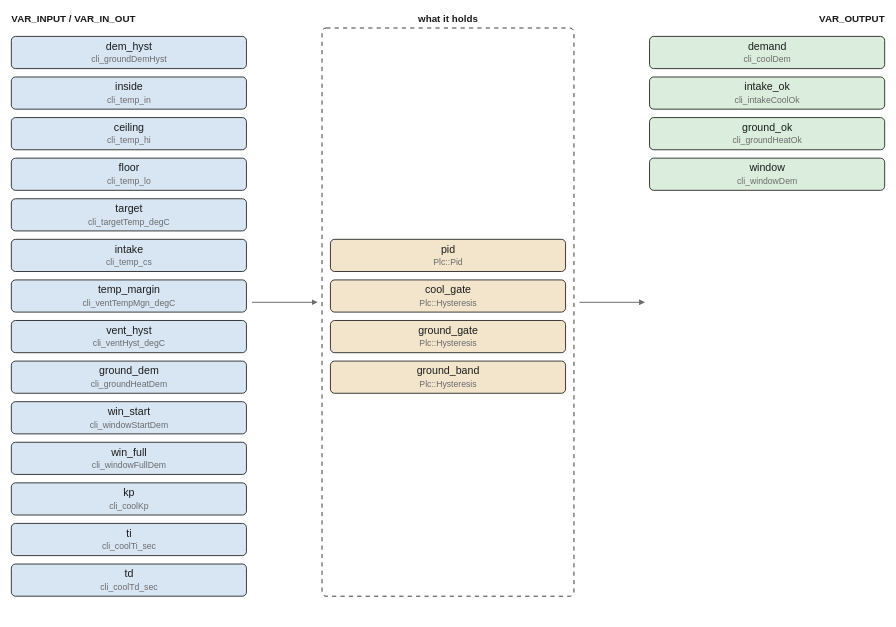
Before: images/logic/cooling.drawio.svg, a diagram exported from draw.io (pstch/botanik2). Source tidied: cells renumbered, new cells last; positions are measured from the earlier drawing's top-left corner, leaving out a move shared by most shapes. Source of this version:
```xml
<mxGraphModel>
  <root>
    <mxCell id="0" />
    <mxCell id="1" parent="0" />
    <mxCell id="2" value="VAR_INPUT / VAR_IN_OUT" style="text;html=1;fontSize=7;fontColor=#1a1a1a;align=left;fontStyle=1;" parent="1" vertex="1">
      <mxGeometry width="110" height="11" as="geometry" />
    </mxCell>
    <mxCell id="3" value="what it holds" style="text;html=1;fontSize=7;fontColor=#1a1a1a;align=center;fontStyle=1;" parent="1" vertex="1">
      <mxGeometry x="312" width="65" height="11" as="geometry" />
    </mxCell>
    <mxCell id="4" value="VAR_OUTPUT" style="text;html=1;fontSize=7;fontColor=#1a1a1a;align=left;fontStyle=1;" parent="1" vertex="1">
      <mxGeometry x="624" width="50" height="11" as="geometry" />
    </mxCell>
    <mxCell id="5" value="dem_hyst" style="rounded=1;fillColor=#d8e6f3;strokeColor=#1a1a1a;whiteSpace=wrap;html=1;fontSize=8;" parent="1" vertex="1">
      <mxGeometry y="17" width="168" height="23" as="geometry" />
    </mxCell>
    <mxCell id="6" value="inside" style="rounded=1;fillColor=#d8e6f3;strokeColor=#1a1a1a;whiteSpace=wrap;html=1;fontSize=8;" parent="1" vertex="1">
      <mxGeometry y="46" width="168" height="23" as="geometry" />
    </mxCell>
    <mxCell id="7" value="ceiling" style="rounded=1;fillColor=#d8e6f3;strokeColor=#1a1a1a;whiteSpace=wrap;html=1;fontSize=8;" parent="1" vertex="1">
      <mxGeometry y="75" width="168" height="23" as="geometry" />
    </mxCell>
    <mxCell id="8" value="floor" style="rounded=1;fillColor=#d8e6f3;strokeColor=#1a1a1a;whiteSpace=wrap;html=1;fontSize=8;" parent="1" vertex="1">
      <mxGeometry y="104" width="168" height="23" as="geometry" />
    </mxCell>
    <mxCell id="9" value="target" style="rounded=1;fillColor=#d8e6f3;strokeColor=#1a1a1a;whiteSpace=wrap;html=1;fontSize=8;" parent="1" vertex="1">
      <mxGeometry y="133" width="168" height="23" as="geometry" />
    </mxCell>
    <mxCell id="10" value="intake" style="rounded=1;fillColor=#d8e6f3;strokeColor=#1a1a1a;whiteSpace=wrap;html=1;fontSize=8;" parent="1" vertex="1">
      <mxGeometry y="162" width="168" height="23" as="geometry" />
    </mxCell>
    <mxCell id="11" value="temp_margin" style="rounded=1;fillColor=#d8e6f3;strokeColor=#1a1a1a;whiteSpace=wrap;html=1;fontSize=8;" parent="1" vertex="1">
      <mxGeometry y="191" width="168" height="23" as="geometry" />
    </mxCell>
    <mxCell id="12" value="vent_hyst" style="rounded=1;fillColor=#d8e6f3;strokeColor=#1a1a1a;whiteSpace=wrap;html=1;fontSize=8;" parent="1" vertex="1">
      <mxGeometry y="220" width="168" height="23" as="geometry" />
    </mxCell>
    <mxCell id="13" value="ground_dem" style="rounded=1;fillColor=#d8e6f3;strokeColor=#1a1a1a;whiteSpace=wrap;html=1;fontSize=8;" parent="1" vertex="1">
      <mxGeometry y="249" width="168" height="23" as="geometry" />
    </mxCell>
    <mxCell id="14" value="win_start" style="rounded=1;fillColor=#d8e6f3;strokeColor=#1a1a1a;whiteSpace=wrap;html=1;fontSize=8;" parent="1" vertex="1">
      <mxGeometry y="278" width="168" height="23" as="geometry" />
    </mxCell>
    <mxCell id="15" value="win_full" style="rounded=1;fillColor=#d8e6f3;strokeColor=#1a1a1a;whiteSpace=wrap;html=1;fontSize=8;" parent="1" vertex="1">
      <mxGeometry y="307" width="168" height="23" as="geometry" />
    </mxCell>
    <mxCell id="16" value="kp" style="rounded=1;fillColor=#d8e6f3;strokeColor=#1a1a1a;whiteSpace=wrap;html=1;fontSize=8;" parent="1" vertex="1">
      <mxGeometry y="336" width="168" height="23" as="geometry" />
    </mxCell>
    <mxCell id="17" value="ti" style="rounded=1;fillColor=#d8e6f3;strokeColor=#1a1a1a;whiteSpace=wrap;html=1;fontSize=8;" parent="1" vertex="1">
      <mxGeometry y="365" width="168" height="23" as="geometry" />
    </mxCell>
    <mxCell id="18" value="td" style="rounded=1;fillColor=#d8e6f3;strokeColor=#1a1a1a;whiteSpace=wrap;html=1;fontSize=8;" parent="1" vertex="1">
      <mxGeometry y="394" width="168" height="23" as="geometry" />
    </mxCell>
    <mxCell id="19" value="demand" style="rounded=1;fillColor=#dbeedd;strokeColor=#1a1a1a;whiteSpace=wrap;html=1;fontSize=8;" parent="1" vertex="1">
      <mxGeometry x="456" y="17" width="168" height="23" as="geometry" />
    </mxCell>
    <mxCell id="20" value="intake_ok" style="rounded=1;fillColor=#dbeedd;strokeColor=#1a1a1a;whiteSpace=wrap;html=1;fontSize=8;" parent="1" vertex="1">
      <mxGeometry x="456" y="46" width="168" height="23" as="geometry" />
    </mxCell>
    <mxCell id="21" value="ground_ok" style="rounded=1;fillColor=#dbeedd;strokeColor=#1a1a1a;whiteSpace=wrap;html=1;fontSize=8;" parent="1" vertex="1">
      <mxGeometry x="456" y="75" width="168" height="23" as="geometry" />
    </mxCell>
    <mxCell id="22" value="window" style="rounded=1;fillColor=#dbeedd;strokeColor=#1a1a1a;whiteSpace=wrap;html=1;fontSize=8;" parent="1" vertex="1">
      <mxGeometry x="456" y="104" width="168" height="23" as="geometry" />
    </mxCell>
    <mxCell id="23" style="rounded=1;fillColor=#ffffff;strokeColor=#1a1a1a;whiteSpace=wrap;html=1;fontSize=8;dashed=1;" parent="1" vertex="1">
      <mxGeometry x="222" y="11" width="180" height="406" as="geometry" />
    </mxCell>
    <mxCell id="24" value="pid" style="rounded=1;fillColor=#f2e5cc;strokeColor=#1a1a1a;whiteSpace=wrap;html=1;fontSize=8;" parent="1" vertex="1">
      <mxGeometry x="228" y="162" width="168" height="23" as="geometry" />
    </mxCell>
    <mxCell id="25" value="cool_gate" style="rounded=1;fillColor=#f2e5cc;strokeColor=#1a1a1a;whiteSpace=wrap;html=1;fontSize=8;" parent="1" vertex="1">
      <mxGeometry x="228" y="191" width="168" height="23" as="geometry" />
    </mxCell>
    <mxCell id="26" value="ground_gate" style="rounded=1;fillColor=#f2e5cc;strokeColor=#1a1a1a;whiteSpace=wrap;html=1;fontSize=8;" parent="1" vertex="1">
      <mxGeometry x="228" y="220" width="168" height="23" as="geometry" />
    </mxCell>
    <mxCell id="27" value="ground_band" style="rounded=1;fillColor=#f2e5cc;strokeColor=#1a1a1a;whiteSpace=wrap;html=1;fontSize=8;" parent="1" vertex="1">
      <mxGeometry x="228" y="249" width="168" height="23" as="geometry" />
    </mxCell>
    <mxCell id="28" style="edgeStyle=none;html=1;strokeColor=#6b6b6b;endArrow=block;" parent="1" edge="1">
      <mxGeometry relative="1" as="geometry">
        <mxPoint x="172" y="207" as="sourcePoint" />
        <mxPoint x="218" y="207" as="targetPoint" />
      </mxGeometry>
    </mxCell>
    <mxCell id="29" style="edgeStyle=none;html=1;strokeColor=#6b6b6b;endArrow=block;" parent="1" edge="1">
      <mxGeometry relative="1" as="geometry">
        <mxPoint x="406" y="207" as="sourcePoint" />
        <mxPoint x="452" y="207" as="targetPoint" />
      </mxGeometry>
    </mxCell>
  </root>
</mxGraphModel>
```
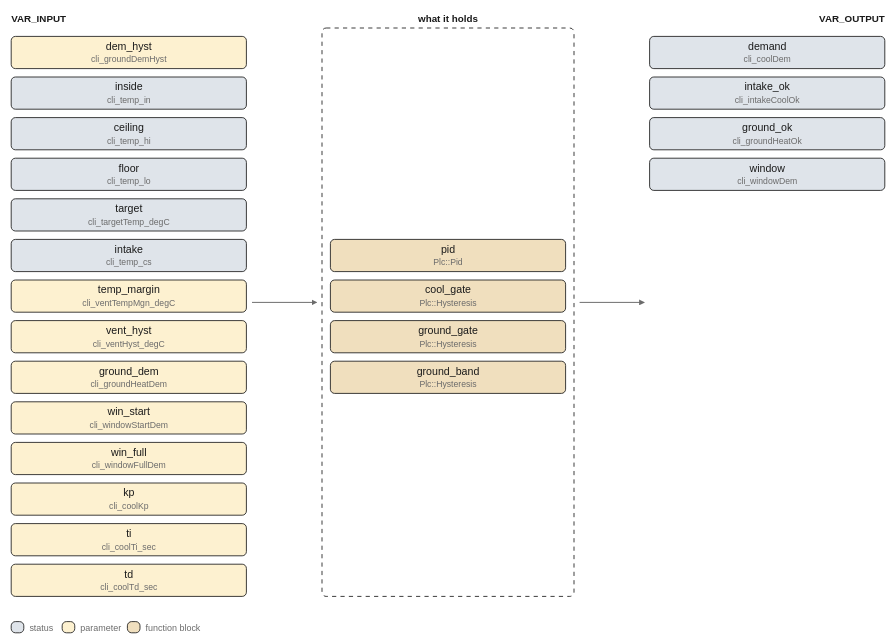
Above is the later version.

The edit, as a diff of the source:
```diff
@@ -2,8 +2,8 @@
   <root>
     <mxCell id="0" />
     <mxCell id="1" parent="0" />
-    <mxCell id="2" value="VAR_INPUT / VAR_IN_OUT" style="text;html=1;fontSize=7;fontColor=#1a1a1a;align=left;fontStyle=1;" parent="1" vertex="1">
-      <mxGeometry width="110" height="11" as="geometry" />
+    <mxCell id="2" value="VAR_INPUT" style="text;html=1;fontSize=7;fontColor=#1a1a1a;align=left;fontStyle=1;" parent="1" vertex="1">
+      <mxGeometry width="45" height="11" as="geometry" />
     </mxCell>
     <mxCell id="3" value="what it holds" style="text;html=1;fontSize=7;fontColor=#1a1a1a;align=center;fontStyle=1;" parent="1" vertex="1">
       <mxGeometry x="312" width="65" height="11" as="geometry" />
@@ -11,73 +11,73 @@
     <mxCell id="4" value="VAR_OUTPUT" style="text;html=1;fontSize=7;fontColor=#1a1a1a;align=left;fontStyle=1;" parent="1" vertex="1">
       <mxGeometry x="624" width="50" height="11" as="geometry" />
     </mxCell>
-    <mxCell id="5" value="dem_hyst" style="rounded=1;fillColor=#d8e6f3;strokeColor=#1a1a1a;whiteSpace=wrap;html=1;fontSize=8;" parent="1" vertex="1">
+    <mxCell id="5" value="dem_hyst" style="rounded=1;fillColor=#fdf1d0;strokeColor=#1a1a1a;whiteSpace=wrap;html=1;fontSize=8;" parent="1" vertex="1">
       <mxGeometry y="17" width="168" height="23" as="geometry" />
     </mxCell>
-    <mxCell id="6" value="inside" style="rounded=1;fillColor=#d8e6f3;strokeColor=#1a1a1a;whiteSpace=wrap;html=1;fontSize=8;" parent="1" vertex="1">
+    <mxCell id="6" value="inside" style="rounded=1;fillColor=#dfe4ea;strokeColor=#1a1a1a;whiteSpace=wrap;html=1;fontSize=8;" parent="1" vertex="1">
       <mxGeometry y="46" width="168" height="23" as="geometry" />
     </mxCell>
-    <mxCell id="7" value="ceiling" style="rounded=1;fillColor=#d8e6f3;strokeColor=#1a1a1a;whiteSpace=wrap;html=1;fontSize=8;" parent="1" vertex="1">
+    <mxCell id="7" value="ceiling" style="rounded=1;fillColor=#dfe4ea;strokeColor=#1a1a1a;whiteSpace=wrap;html=1;fontSize=8;" parent="1" vertex="1">
       <mxGeometry y="75" width="168" height="23" as="geometry" />
     </mxCell>
-    <mxCell id="8" value="floor" style="rounded=1;fillColor=#d8e6f3;strokeColor=#1a1a1a;whiteSpace=wrap;html=1;fontSize=8;" parent="1" vertex="1">
+    <mxCell id="8" value="floor" style="rounded=1;fillColor=#dfe4ea;strokeColor=#1a1a1a;whiteSpace=wrap;html=1;fontSize=8;" parent="1" vertex="1">
       <mxGeometry y="104" width="168" height="23" as="geometry" />
     </mxCell>
-    <mxCell id="9" value="target" style="rounded=1;fillColor=#d8e6f3;strokeColor=#1a1a1a;whiteSpace=wrap;html=1;fontSize=8;" parent="1" vertex="1">
+    <mxCell id="9" value="target" style="rounded=1;fillColor=#dfe4ea;strokeColor=#1a1a1a;whiteSpace=wrap;html=1;fontSize=8;" parent="1" vertex="1">
       <mxGeometry y="133" width="168" height="23" as="geometry" />
     </mxCell>
-    <mxCell id="10" value="intake" style="rounded=1;fillColor=#d8e6f3;strokeColor=#1a1a1a;whiteSpace=wrap;html=1;fontSize=8;" parent="1" vertex="1">
+    <mxCell id="10" value="intake" style="rounded=1;fillColor=#dfe4ea;strokeColor=#1a1a1a;whiteSpace=wrap;html=1;fontSize=8;" parent="1" vertex="1">
       <mxGeometry y="162" width="168" height="23" as="geometry" />
     </mxCell>
-    <mxCell id="11" value="temp_margin" style="rounded=1;fillColor=#d8e6f3;strokeColor=#1a1a1a;whiteSpace=wrap;html=1;fontSize=8;" parent="1" vertex="1">
+    <mxCell id="11" value="temp_margin" style="rounded=1;fillColor=#fdf1d0;strokeColor=#1a1a1a;whiteSpace=wrap;html=1;fontSize=8;" parent="1" vertex="1">
       <mxGeometry y="191" width="168" height="23" as="geometry" />
     </mxCell>
-    <mxCell id="12" value="vent_hyst" style="rounded=1;fillColor=#d8e6f3;strokeColor=#1a1a1a;whiteSpace=wrap;html=1;fontSize=8;" parent="1" vertex="1">
+    <mxCell id="12" value="vent_hyst" style="rounded=1;fillColor=#fdf1d0;strokeColor=#1a1a1a;whiteSpace=wrap;html=1;fontSize=8;" parent="1" vertex="1">
       <mxGeometry y="220" width="168" height="23" as="geometry" />
     </mxCell>
-    <mxCell id="13" value="ground_dem" style="rounded=1;fillColor=#d8e6f3;strokeColor=#1a1a1a;whiteSpace=wrap;html=1;fontSize=8;" parent="1" vertex="1">
+    <mxCell id="13" value="ground_dem" style="rounded=1;fillColor=#fdf1d0;strokeColor=#1a1a1a;whiteSpace=wrap;html=1;fontSize=8;" parent="1" vertex="1">
       <mxGeometry y="249" width="168" height="23" as="geometry" />
     </mxCell>
-    <mxCell id="14" value="win_start" style="rounded=1;fillColor=#d8e6f3;strokeColor=#1a1a1a;whiteSpace=wrap;html=1;fontSize=8;" parent="1" vertex="1">
+    <mxCell id="14" value="win_start" style="rounded=1;fillColor=#fdf1d0;strokeColor=#1a1a1a;whiteSpace=wrap;html=1;fontSize=8;" parent="1" vertex="1">
       <mxGeometry y="278" width="168" height="23" as="geometry" />
     </mxCell>
-    <mxCell id="15" value="win_full" style="rounded=1;fillColor=#d8e6f3;strokeColor=#1a1a1a;whiteSpace=wrap;html=1;fontSize=8;" parent="1" vertex="1">
+    <mxCell id="15" value="win_full" style="rounded=1;fillColor=#fdf1d0;strokeColor=#1a1a1a;whiteSpace=wrap;html=1;fontSize=8;" parent="1" vertex="1">
       <mxGeometry y="307" width="168" height="23" as="geometry" />
     </mxCell>
-    <mxCell id="16" value="kp" style="rounded=1;fillColor=#d8e6f3;strokeColor=#1a1a1a;whiteSpace=wrap;html=1;fontSize=8;" parent="1" vertex="1">
+    <mxCell id="16" value="kp" style="rounded=1;fillColor=#fdf1d0;strokeColor=#1a1a1a;whiteSpace=wrap;html=1;fontSize=8;" parent="1" vertex="1">
       <mxGeometry y="336" width="168" height="23" as="geometry" />
     </mxCell>
-    <mxCell id="17" value="ti" style="rounded=1;fillColor=#d8e6f3;strokeColor=#1a1a1a;whiteSpace=wrap;html=1;fontSize=8;" parent="1" vertex="1">
+    <mxCell id="17" value="ti" style="rounded=1;fillColor=#fdf1d0;strokeColor=#1a1a1a;whiteSpace=wrap;html=1;fontSize=8;" parent="1" vertex="1">
       <mxGeometry y="365" width="168" height="23" as="geometry" />
     </mxCell>
-    <mxCell id="18" value="td" style="rounded=1;fillColor=#d8e6f3;strokeColor=#1a1a1a;whiteSpace=wrap;html=1;fontSize=8;" parent="1" vertex="1">
+    <mxCell id="18" value="td" style="rounded=1;fillColor=#fdf1d0;strokeColor=#1a1a1a;whiteSpace=wrap;html=1;fontSize=8;" parent="1" vertex="1">
       <mxGeometry y="394" width="168" height="23" as="geometry" />
     </mxCell>
-    <mxCell id="19" value="demand" style="rounded=1;fillColor=#dbeedd;strokeColor=#1a1a1a;whiteSpace=wrap;html=1;fontSize=8;" parent="1" vertex="1">
+    <mxCell id="19" value="demand" style="rounded=1;fillColor=#dfe4ea;strokeColor=#1a1a1a;whiteSpace=wrap;html=1;fontSize=8;" parent="1" vertex="1">
       <mxGeometry x="456" y="17" width="168" height="23" as="geometry" />
     </mxCell>
-    <mxCell id="20" value="intake_ok" style="rounded=1;fillColor=#dbeedd;strokeColor=#1a1a1a;whiteSpace=wrap;html=1;fontSize=8;" parent="1" vertex="1">
+    <mxCell id="20" value="intake_ok" style="rounded=1;fillColor=#dfe4ea;strokeColor=#1a1a1a;whiteSpace=wrap;html=1;fontSize=8;" parent="1" vertex="1">
       <mxGeometry x="456" y="46" width="168" height="23" as="geometry" />
     </mxCell>
-    <mxCell id="21" value="ground_ok" style="rounded=1;fillColor=#dbeedd;strokeColor=#1a1a1a;whiteSpace=wrap;html=1;fontSize=8;" parent="1" vertex="1">
+    <mxCell id="21" value="ground_ok" style="rounded=1;fillColor=#dfe4ea;strokeColor=#1a1a1a;whiteSpace=wrap;html=1;fontSize=8;" parent="1" vertex="1">
       <mxGeometry x="456" y="75" width="168" height="23" as="geometry" />
     </mxCell>
-    <mxCell id="22" value="window" style="rounded=1;fillColor=#dbeedd;strokeColor=#1a1a1a;whiteSpace=wrap;html=1;fontSize=8;" parent="1" vertex="1">
+    <mxCell id="22" value="window" style="rounded=1;fillColor=#dfe4ea;strokeColor=#1a1a1a;whiteSpace=wrap;html=1;fontSize=8;" parent="1" vertex="1">
       <mxGeometry x="456" y="104" width="168" height="23" as="geometry" />
     </mxCell>
     <mxCell id="23" style="rounded=1;fillColor=#ffffff;strokeColor=#1a1a1a;whiteSpace=wrap;html=1;fontSize=8;dashed=1;" parent="1" vertex="1">
       <mxGeometry x="222" y="11" width="180" height="406" as="geometry" />
     </mxCell>
-    <mxCell id="24" value="pid" style="rounded=1;fillColor=#f2e5cc;strokeColor=#1a1a1a;whiteSpace=wrap;html=1;fontSize=8;" parent="1" vertex="1">
+    <mxCell id="24" value="pid" style="rounded=1;fillColor=#f0dfbe;strokeColor=#1a1a1a;whiteSpace=wrap;html=1;fontSize=8;" parent="1" vertex="1">
       <mxGeometry x="228" y="162" width="168" height="23" as="geometry" />
     </mxCell>
-    <mxCell id="25" value="cool_gate" style="rounded=1;fillColor=#f2e5cc;strokeColor=#1a1a1a;whiteSpace=wrap;html=1;fontSize=8;" parent="1" vertex="1">
+    <mxCell id="25" value="cool_gate" style="rounded=1;fillColor=#f0dfbe;strokeColor=#1a1a1a;whiteSpace=wrap;html=1;fontSize=8;" parent="1" vertex="1">
       <mxGeometry x="228" y="191" width="168" height="23" as="geometry" />
     </mxCell>
-    <mxCell id="26" value="ground_gate" style="rounded=1;fillColor=#f2e5cc;strokeColor=#1a1a1a;whiteSpace=wrap;html=1;fontSize=8;" parent="1" vertex="1">
+    <mxCell id="26" value="ground_gate" style="rounded=1;fillColor=#f0dfbe;strokeColor=#1a1a1a;whiteSpace=wrap;html=1;fontSize=8;" parent="1" vertex="1">
       <mxGeometry x="228" y="220" width="168" height="23" as="geometry" />
     </mxCell>
-    <mxCell id="27" value="ground_band" style="rounded=1;fillColor=#f2e5cc;strokeColor=#1a1a1a;whiteSpace=wrap;html=1;fontSize=8;" parent="1" vertex="1">
+    <mxCell id="27" value="ground_band" style="rounded=1;fillColor=#f0dfbe;strokeColor=#1a1a1a;whiteSpace=wrap;html=1;fontSize=8;" parent="1" vertex="1">
       <mxGeometry x="228" y="249" width="168" height="23" as="geometry" />
     </mxCell>
     <mxCell id="28" style="edgeStyle=none;html=1;strokeColor=#6b6b6b;endArrow=block;" parent="1" edge="1">
@@ -92,5 +92,23 @@
         <mxPoint x="452" y="207" as="targetPoint" />
       </mxGeometry>
     </mxCell>
+    <mxCell id="30" style="rounded=1;fillColor=#dfe4ea;strokeColor=#1a1a1a;whiteSpace=wrap;html=1;fontSize=8;" parent="1" vertex="1">
+      <mxGeometry y="435" width="9" height="8" as="geometry" />
+    </mxCell>
+    <mxCell id="31" value="status" style="text;html=1;fontSize=6;fontColor=#6b6b6b;align=left;" parent="1" vertex="1">
+      <mxGeometry x="13" y="435.6" width="40" height="10.4" as="geometry" />
+    </mxCell>
+    <mxCell id="32" style="rounded=1;fillColor=#fdf1d0;strokeColor=#1a1a1a;whiteSpace=wrap;html=1;fontSize=8;" parent="1" vertex="1">
+      <mxGeometry x="36.4" y="435" width="9" height="8" as="geometry" />
+    </mxCell>
+    <mxCell id="33" value="parameter" style="text;html=1;fontSize=6;fontColor=#6b6b6b;align=left;" parent="1" vertex="1">
+      <mxGeometry x="49.4" y="435.6" width="45" height="10.4" as="geometry" />
+    </mxCell>
+    <mxCell id="34" style="rounded=1;fillColor=#f0dfbe;strokeColor=#1a1a1a;whiteSpace=wrap;html=1;fontSize=8;" parent="1" vertex="1">
+      <mxGeometry x="83" y="435" width="9" height="8" as="geometry" />
+    </mxCell>
+    <mxCell id="35" value="function block" style="text;html=1;fontSize=6;fontColor=#6b6b6b;align=left;" parent="1" vertex="1">
+      <mxGeometry x="96" y="435.6" width="70" height="10.4" as="geometry" />
+    </mxCell>
   </root>
 </mxGraphModel>
```
